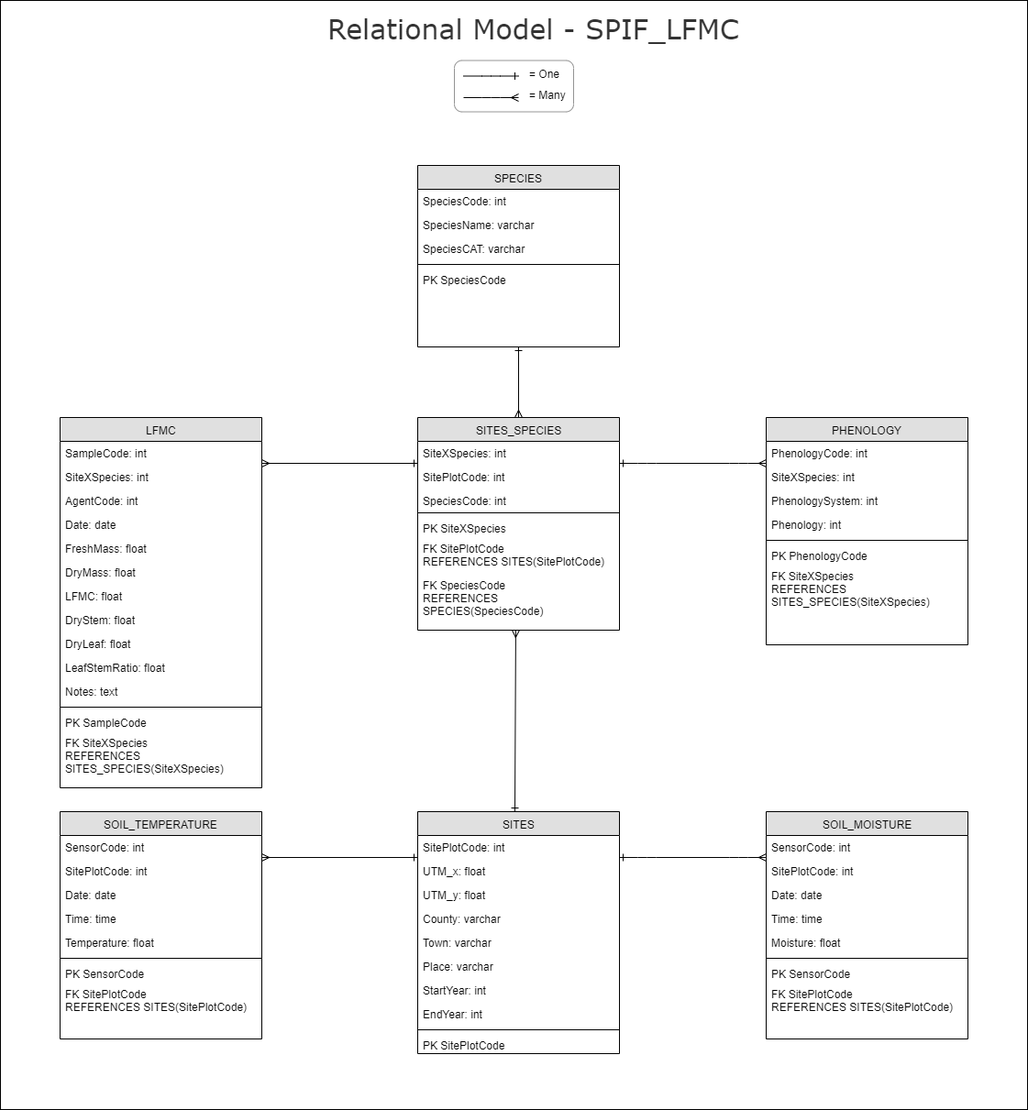
The draw.io diagram vignettes/SPIF_LogicalSchema.png in spif-ctfc/LFMC, before a commit. Source tidied: cells renumbered, new cells last; positions are measured from the earlier drawing's top-left corner, leaving out a move shared by most shapes.
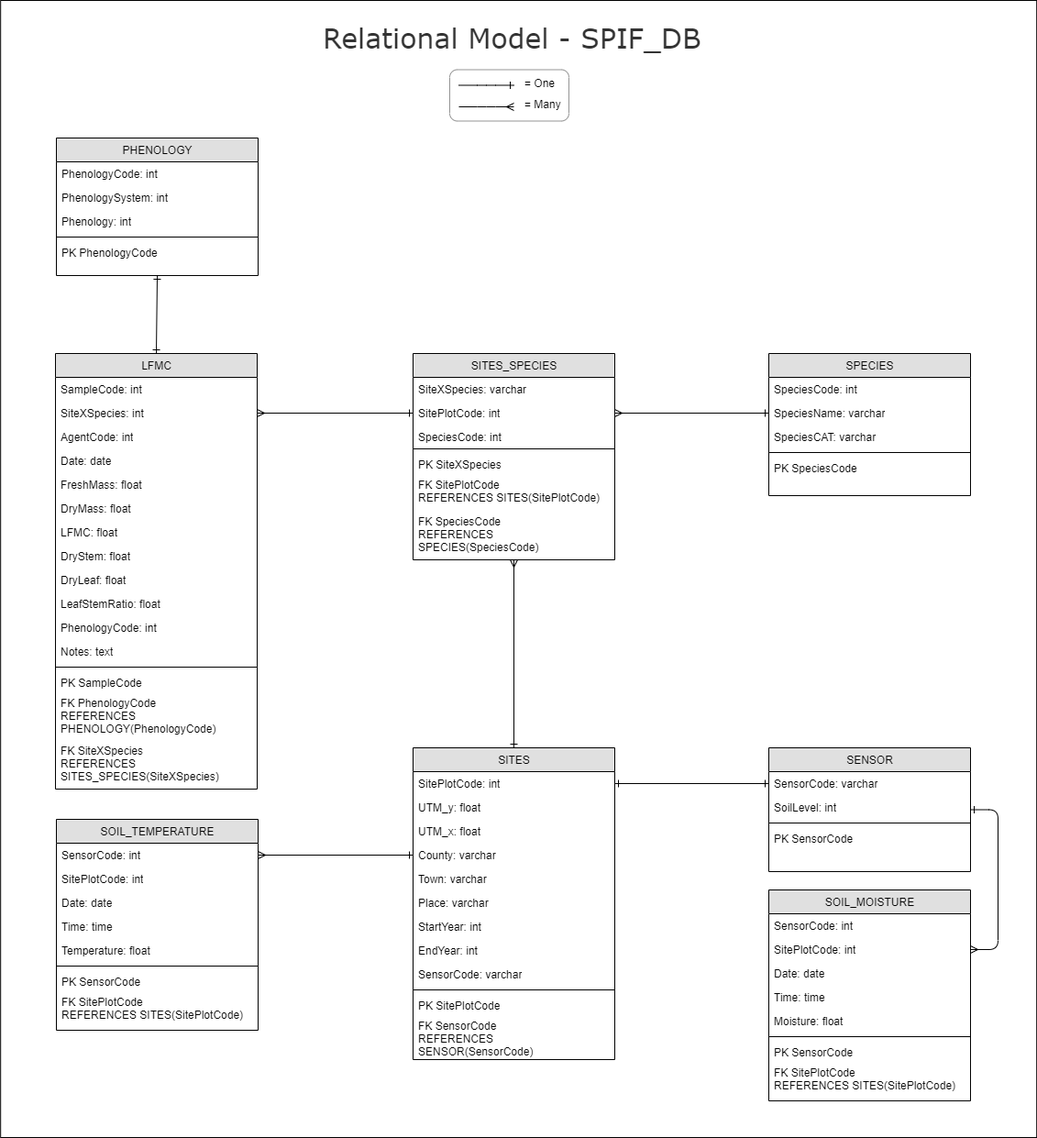
The same file after the commit.

Commit message:
Logical Schema with corrections

What changed in the source:
```diff
@@ -4,7 +4,7 @@
     <mxCell id="1" parent="0" />
-    <mxCell id="2" value="&lt;div style=&quot;text-align: center&quot;&gt;&lt;font&gt;&lt;font style=&quot;font-size: 30px&quot; face=&quot;Verdana&quot; color=&quot;#333333&quot;&gt;Relational Model - SPIF_LFMC&lt;/font&gt;&lt;br&gt;&lt;/font&gt;&lt;/div&gt;" style="text;html=1;align=left;verticalAlign=top;spacingTop=-4;" parent="1" vertex="1">
-      <mxGeometry x="355.2" y="10" width="460" height="20" as="geometry" />
+    <mxCell id="2" value="&lt;div style=&quot;text-align: center&quot;&gt;&lt;font&gt;&lt;font style=&quot;font-size: 30px&quot; face=&quot;Verdana&quot; color=&quot;#333333&quot;&gt;Relational Model - SPIF_DB&lt;/font&gt;&lt;br&gt;&lt;/font&gt;&lt;/div&gt;" style="text;html=1;align=left;verticalAlign=top;spacingTop=-4;" parent="1" vertex="1">
+      <mxGeometry x="355.2" y="10" width="430" height="20" as="geometry" />
     </mxCell>
     <mxCell id="3" value="SITES" style="swimlane;html=1;fontStyle=0;horizontal=1;startSize=26;fillColor=#e0e0e0;swimlaneFillColor=#ffffff;align=center;" parent="1" vertex="1">
-      <mxGeometry x="455" y="885" width="220" height="264" as="geometry" />
+      <mxGeometry x="455" y="805" width="220" height="340" as="geometry" />
     </mxCell>
@@ -13,8 +13,8 @@
     </mxCell>
+    <mxCell id="6" value="UTM_y: float" style="text;html=1;strokeColor=none;fillColor=none;align=left;verticalAlign=top;spacingLeft=4;spacingRight=4;whiteSpace=wrap;overflow=hidden;" parent="3" vertex="1">
+      <mxGeometry y="52" width="220" height="26" as="geometry" />
+    </mxCell>
     <mxCell id="5" value="UTM_x: float" style="text;html=1;strokeColor=none;fillColor=none;align=left;verticalAlign=top;spacingLeft=4;spacingRight=4;whiteSpace=wrap;overflow=hidden;" parent="3" vertex="1">
-      <mxGeometry y="52" width="220" height="26" as="geometry" />
+      <mxGeometry y="78" width="220" height="26" as="geometry" />
     </mxCell>
-    <mxCell id="6" value="UTM_y: float" style="text;html=1;strokeColor=none;fillColor=none;align=left;verticalAlign=top;spacingLeft=4;spacingRight=4;whiteSpace=wrap;overflow=hidden;" parent="3" vertex="1">
-      <mxGeometry y="78" width="220" height="26" as="geometry" />
-    </mxCell>
     <mxCell id="7" value="County: varchar" style="text;html=1;strokeColor=none;fillColor=none;align=left;verticalAlign=top;spacingLeft=4;spacingRight=4;whiteSpace=wrap;overflow=hidden;points=[[0,0.5],[1,0.5]];portConstraint=eastwest;" parent="3" vertex="1">
@@ -34,10 +34,16 @@
     </mxCell>
+    <mxCell id="81" value="SensorCode: varchar" style="text;html=1;strokeColor=none;fillColor=none;align=left;verticalAlign=top;spacingLeft=4;spacingRight=4;whiteSpace=wrap;overflow=hidden;" parent="3" vertex="1">
+      <mxGeometry y="234" width="220" height="26" as="geometry" />
+    </mxCell>
     <mxCell id="12" style="line;html=1;strokeWidth=1;fillColor=none;align=left;verticalAlign=middle;spacingTop=-1;spacingLeft=3;spacingRight=3;labelPosition=right;" parent="3" vertex="1">
-      <mxGeometry y="234" width="220" height="8" as="geometry" />
+      <mxGeometry y="260" width="220" height="8" as="geometry" />
     </mxCell>
     <mxCell id="13" value="PK SitePlotCode" style="text;html=1;strokeColor=none;fillColor=none;spacingLeft=4;spacingRight=4;whiteSpace=wrap;overflow=hidden;" parent="3" vertex="1">
-      <mxGeometry y="242" width="220" height="22" as="geometry" />
+      <mxGeometry y="268" width="220" height="22" as="geometry" />
     </mxCell>
+    <mxCell id="82" value="FK SensorCode&lt;br&gt;REFERENCES SENSOR(SensorCode)" style="text;html=1;strokeColor=none;fillColor=none;spacingLeft=4;spacingRight=4;whiteSpace=wrap;overflow=hidden;" parent="3" vertex="1">
+      <mxGeometry y="290" width="220" height="50" as="geometry" />
+    </mxCell>
     <mxCell id="14" value="SOIL_MOISTURE" style="swimlane;html=1;fontStyle=0;horizontal=1;startSize=26;fillColor=#e0e0e0;swimlaneFillColor=#ffffff;align=center;" parent="1" vertex="1">
-      <mxGeometry x="835" y="885" width="220" height="248" as="geometry" />
+      <mxGeometry x="843" y="960" width="220" height="230" as="geometry" />
     </mxCell>
@@ -65,18 +71,9 @@
     <mxCell id="22" value="FK SitePlotCode&lt;br&gt;REFERENCES SITES(SitePlotCode)" style="text;html=1;strokeColor=none;fillColor=none;spacingLeft=4;spacingRight=4;whiteSpace=wrap;overflow=hidden;" parent="14" vertex="1">
-      <mxGeometry y="186" width="220" height="62" as="geometry" />
+      <mxGeometry y="186" width="220" height="44" as="geometry" />
     </mxCell>
-    <mxCell id="23" style="edgeStyle=entityRelationEdgeStyle;html=1;endArrow=ERmany;startArrow=ERone;startFill=0;endFill=0;" parent="1" edge="1">
-      <mxGeometry relative="1" as="geometry">
-        <mxPoint x="675" y="935" as="sourcePoint" />
-        <mxPoint x="835" y="935" as="targetPoint" />
-      </mxGeometry>
-    </mxCell>
-    <mxCell id="24" style="html=1;endArrow=ERmany;startArrow=ERone;startFill=0;endFill=0;" parent="1" edge="1">
-      <mxGeometry relative="1" as="geometry">
-        <mxPoint x="455" y="935" as="sourcePoint" />
-        <mxPoint x="285" y="935" as="targetPoint" />
-      </mxGeometry>
+    <mxCell id="24" style="html=1;endArrow=ERmany;startArrow=ERone;startFill=0;endFill=0;exitX=0;exitY=0.5;exitDx=0;exitDy=0;entryX=1;entryY=0.5;entryDx=0;entryDy=0;" parent="1" edge="1" source="7" target="26">
+      <mxGeometry relative="1" as="geometry" />
     </mxCell>
     <mxCell id="25" value="SOIL_TEMPERATURE" style="swimlane;html=1;fontStyle=0;horizontal=1;startSize=26;fillColor=#e0e0e0;swimlaneFillColor=#ffffff;align=center;" parent="1" vertex="1">
-      <mxGeometry x="65" y="885" width="220" height="248" as="geometry" />
+      <mxGeometry x="66" y="883" width="220" height="230" as="geometry" />
     </mxCell>
@@ -104,6 +101,6 @@
     <mxCell id="33" value="FK SitePlotCode&lt;br&gt;REFERENCES SITES(SitePlotCode)" style="text;html=1;strokeColor=none;fillColor=none;spacingLeft=4;spacingRight=4;whiteSpace=wrap;overflow=hidden;" parent="25" vertex="1">
-      <mxGeometry y="186" width="220" height="62" as="geometry" />
+      <mxGeometry y="186" width="220" height="44" as="geometry" />
     </mxCell>
     <mxCell id="34" value="SPECIES" style="swimlane;html=1;fontStyle=0;horizontal=1;startSize=26;fillColor=#e0e0e0;swimlaneFillColor=#ffffff;align=center;" parent="1" vertex="1">
-      <mxGeometry x="455" y="180" width="220" height="198" as="geometry" />
+      <mxGeometry x="843" y="375" width="220" height="155" as="geometry" />
     </mxCell>
@@ -125,5 +122,5 @@
     <mxCell id="40" value="SITES_SPECIES" style="swimlane;html=1;fontStyle=0;horizontal=1;startSize=26;fillColor=#e0e0e0;swimlaneFillColor=#ffffff;align=center;" parent="1" vertex="1">
-      <mxGeometry x="455" y="455" width="220" height="232" as="geometry" />
+      <mxGeometry x="455" y="375" width="220" height="225" as="geometry" />
     </mxCell>
-    <mxCell id="41" value="SiteXSpecies: int" style="text;html=1;strokeColor=none;fillColor=none;align=left;verticalAlign=top;spacingLeft=4;spacingRight=4;whiteSpace=wrap;overflow=hidden;" parent="40" vertex="1">
+    <mxCell id="41" value="SiteXSpecies: varchar" style="text;html=1;strokeColor=none;fillColor=none;align=left;verticalAlign=top;spacingLeft=4;spacingRight=4;whiteSpace=wrap;overflow=hidden;" parent="40" vertex="1">
       <mxGeometry y="26" width="220" height="26" as="geometry" />
@@ -146,52 +143,15 @@
     <mxCell id="47" value="FK SpeciesCode&lt;br&gt;REFERENCES SPECIES(SpeciesCode)" style="text;html=1;strokeColor=none;fillColor=none;spacingLeft=4;spacingRight=4;whiteSpace=wrap;overflow=hidden;points=[[0,0.5],[1,0.5]];portConstraint=eastwest;" parent="40" vertex="1">
-      <mxGeometry y="170" width="220" height="62" as="geometry" />
+      <mxGeometry y="170" width="220" height="50" as="geometry" />
     </mxCell>
-    <mxCell id="48" style="html=1;endArrow=ERmany;startArrow=ERone;exitX=0.5;exitY=1;exitDx=0;exitDy=0;startFill=0;endFill=0;" parent="1" edge="1" source="34">
-      <mxGeometry relative="1" as="geometry">
-        <mxPoint x="565" y="455" as="targetPoint" />
-      </mxGeometry>
+    <mxCell id="48" style="html=1;endArrow=ERmany;startArrow=ERone;exitX=0;exitY=0.5;exitDx=0;exitDy=0;startFill=0;endFill=0;entryX=1;entryY=0.5;entryDx=0;entryDy=0;" parent="1" edge="1" source="36" target="42">
+      <mxGeometry relative="1" as="geometry" />
     </mxCell>
-    <mxCell id="49" style="html=1;endArrow=ERmany;startArrow=ERone;endFill=0;startFill=0;entryX=0.486;entryY=1;entryDx=0;entryDy=0;entryPerimeter=0;" parent="1" edge="1" target="47">
-      <mxGeometry relative="1" as="geometry">
-        <mxPoint x="561" y="885" as="sourcePoint" />
-      </mxGeometry>
+    <mxCell id="49" style="html=1;endArrow=ERmany;startArrow=ERone;endFill=0;startFill=0;entryX=0.5;entryY=1;entryDx=0;entryDy=0;exitX=0.5;exitY=0;exitDx=0;exitDy=0;" parent="1" edge="1" source="3" target="40">
+      <mxGeometry relative="1" as="geometry" />
     </mxCell>
-    <mxCell id="50" value="PHENOLOGY" style="swimlane;html=1;fontStyle=0;horizontal=1;startSize=26;fillColor=#e0e0e0;swimlaneFillColor=#ffffff;align=center;" parent="1" vertex="1">
-      <mxGeometry x="835" y="455" width="220" height="248" as="geometry" />
-    </mxCell>
-    <mxCell id="51" value="PhenologyCode: int" style="text;html=1;strokeColor=none;fillColor=none;align=left;verticalAlign=top;spacingLeft=4;spacingRight=4;whiteSpace=wrap;overflow=hidden;" parent="50" vertex="1">
-      <mxGeometry y="26" width="220" height="26" as="geometry" />
-    </mxCell>
-    <mxCell id="52" value="SiteXSpecies: int" style="text;html=1;strokeColor=none;fillColor=none;align=left;verticalAlign=top;spacingLeft=4;spacingRight=4;whiteSpace=wrap;overflow=hidden;" parent="50" vertex="1">
-      <mxGeometry y="52" width="220" height="26" as="geometry" />
-    </mxCell>
-    <mxCell id="53" value="PhenologySystem: int" style="text;html=1;strokeColor=none;fillColor=none;align=left;verticalAlign=top;spacingLeft=4;spacingRight=4;whiteSpace=wrap;overflow=hidden;" parent="50" vertex="1">
-      <mxGeometry y="78" width="220" height="26" as="geometry" />
-    </mxCell>
-    <mxCell id="54" value="Phenology: int" style="text;html=1;strokeColor=none;fillColor=none;align=left;verticalAlign=top;spacingLeft=4;spacingRight=4;whiteSpace=wrap;overflow=hidden;" parent="50" vertex="1">
-      <mxGeometry y="104" width="220" height="26" as="geometry" />
-    </mxCell>
-    <mxCell id="55" style="line;html=1;strokeWidth=1;fillColor=none;align=left;verticalAlign=middle;spacingTop=-1;spacingLeft=3;spacingRight=3;labelPosition=right;" parent="50" vertex="1">
-      <mxGeometry y="130" width="220" height="8" as="geometry" />
-    </mxCell>
-    <mxCell id="56" value="PK PhenologyCode" style="text;html=1;strokeColor=none;fillColor=none;spacingLeft=4;spacingRight=4;whiteSpace=wrap;overflow=hidden;" parent="50" vertex="1">
-      <mxGeometry y="138" width="220" height="22" as="geometry" />
-    </mxCell>
-    <mxCell id="57" value="FK SiteXSpecies&lt;br&gt;REFERENCES SITES_SPECIES(SiteXSpecies)" style="text;html=1;strokeColor=none;fillColor=none;spacingLeft=4;spacingRight=4;whiteSpace=wrap;overflow=hidden;" parent="50" vertex="1">
-      <mxGeometry y="160" width="220" height="62" as="geometry" />
-    </mxCell>
-    <mxCell id="58" style="edgeStyle=entityRelationEdgeStyle;html=1;endArrow=ERmany;startArrow=ERone;startFill=0;endFill=0;" parent="1" edge="1">
-      <mxGeometry relative="1" as="geometry">
-        <mxPoint x="675" y="505" as="sourcePoint" />
-        <mxPoint x="835" y="505" as="targetPoint" />
-      </mxGeometry>
-    </mxCell>
-    <mxCell id="59" style="html=1;endArrow=ERmany;startArrow=ERone;startFill=0;endFill=0;" parent="1" edge="1">
-      <mxGeometry relative="1" as="geometry">
-        <mxPoint x="455" y="505" as="sourcePoint" />
-        <mxPoint x="285" y="505" as="targetPoint" />
-      </mxGeometry>
+    <mxCell id="59" style="html=1;endArrow=ERmany;startArrow=ERone;startFill=0;endFill=0;exitX=0;exitY=0.5;exitDx=0;exitDy=0;entryX=1;entryY=0.5;entryDx=0;entryDy=0;" parent="1" edge="1" source="42" target="62">
+      <mxGeometry relative="1" as="geometry" />
     </mxCell>
     <mxCell id="60" value="LFMC" style="swimlane;html=1;fontStyle=0;horizontal=1;startSize=26;fillColor=#e0e0e0;swimlaneFillColor=#ffffff;align=center;" parent="1" vertex="1">
-      <mxGeometry x="65" y="455" width="220" height="404" as="geometry" />
+      <mxGeometry x="65" y="375" width="220" height="475" as="geometry" />
     </mxCell>
@@ -227,13 +187,19 @@
     </mxCell>
+    <mxCell id="83" value="PhenologyCode: int" style="text;html=1;strokeColor=none;fillColor=none;align=left;verticalAlign=top;spacingLeft=4;spacingRight=4;whiteSpace=wrap;overflow=hidden;" parent="60" vertex="1">
+      <mxGeometry y="286" width="220" height="26" as="geometry" />
+    </mxCell>
     <mxCell id="71" value="Notes: text" style="text;html=1;strokeColor=none;fillColor=none;align=left;verticalAlign=top;spacingLeft=4;spacingRight=4;whiteSpace=wrap;overflow=hidden;" parent="60" vertex="1">
-      <mxGeometry y="286" width="220" height="26" as="geometry" />
+      <mxGeometry y="312" width="220" height="26" as="geometry" />
     </mxCell>
     <mxCell id="72" style="line;html=1;strokeWidth=1;fillColor=none;align=left;verticalAlign=middle;spacingTop=-1;spacingLeft=3;spacingRight=3;labelPosition=right;" parent="60" vertex="1">
-      <mxGeometry y="312" width="220" height="8" as="geometry" />
+      <mxGeometry y="338" width="220" height="8" as="geometry" />
     </mxCell>
     <mxCell id="73" value="PK SampleCode" style="text;html=1;strokeColor=none;fillColor=none;spacingLeft=4;spacingRight=4;whiteSpace=wrap;overflow=hidden;" parent="60" vertex="1">
-      <mxGeometry y="320" width="220" height="22" as="geometry" />
+      <mxGeometry y="346" width="220" height="22" as="geometry" />
     </mxCell>
+    <mxCell id="84" value="FK PhenologyCode&lt;br&gt;REFERENCES PHENOLOGY(PhenologyCode)" style="text;html=1;strokeColor=none;fillColor=none;spacingLeft=4;spacingRight=4;whiteSpace=wrap;overflow=hidden;" parent="60" vertex="1">
+      <mxGeometry y="368" width="220" height="52" as="geometry" />
+    </mxCell>
     <mxCell id="74" value="FK SiteXSpecies&lt;br&gt;REFERENCES SITES_SPECIES(SiteXSpecies)" style="text;html=1;strokeColor=none;fillColor=none;spacingLeft=4;spacingRight=4;whiteSpace=wrap;overflow=hidden;" parent="60" vertex="1">
-      <mxGeometry y="342" width="220" height="62" as="geometry" />
+      <mxGeometry y="420" width="220" height="50" as="geometry" />
     </mxCell>
@@ -261,4 +227,46 @@
     <mxCell id="80" style="rounded=0;whiteSpace=wrap;html=1;fillColor=none;" parent="1" vertex="1">
-      <mxGeometry width="1120" height="1210" as="geometry" />
+      <mxGeometry x="5.2" y="-10" width="1130" height="1240" as="geometry" />
     </mxCell>
+    <mxCell id="85" style="html=1;endArrow=ERone;startArrow=ERone;startFill=0;endFill=0;entryX=0.5;entryY=0;entryDx=0;entryDy=0;exitX=0.5;exitY=1;exitDx=0;exitDy=0;" parent="1" edge="1" source="50" target="60">
+      <mxGeometry relative="1" as="geometry" />
+    </mxCell>
+    <mxCell id="86" style="html=1;endArrow=ERone;startArrow=ERone;startFill=0;endFill=0;exitX=1;exitY=0.5;exitDx=0;exitDy=0;entryX=0;entryY=0.5;entryDx=0;entryDy=0;" parent="1" edge="1" source="4" target="88">
+      <mxGeometry relative="1" as="geometry" />
+    </mxCell>
+    <mxCell id="87" value="SENSOR" style="swimlane;html=1;fontStyle=0;horizontal=1;startSize=26;fillColor=#e0e0e0;swimlaneFillColor=#ffffff;align=center;" parent="1" vertex="1">
+      <mxGeometry x="843" y="805" width="220" height="135" as="geometry" />
+    </mxCell>
+    <mxCell id="88" value="SensorCode: varchar" style="text;html=1;strokeColor=none;fillColor=none;align=left;verticalAlign=top;spacingLeft=4;spacingRight=4;whiteSpace=wrap;overflow=hidden;points=[[0,0.5],[1,0.5]];portConstraint=eastwest;" parent="87" vertex="1">
+      <mxGeometry y="26" width="220" height="26" as="geometry" />
+    </mxCell>
+    <mxCell id="89" value="SoilLevel: int" style="text;html=1;strokeColor=none;fillColor=none;align=left;verticalAlign=top;spacingLeft=4;spacingRight=4;whiteSpace=wrap;overflow=hidden;" parent="87" vertex="1">
+      <mxGeometry y="52" width="220" height="26" as="geometry" />
+    </mxCell>
+    <mxCell id="90" style="line;html=1;strokeWidth=1;fillColor=none;align=left;verticalAlign=middle;spacingTop=-1;spacingLeft=3;spacingRight=3;labelPosition=right;" parent="87" vertex="1">
+      <mxGeometry y="78" width="220" height="8" as="geometry" />
+    </mxCell>
+    <mxCell id="91" value="PK SensorCode" style="text;html=1;strokeColor=none;fillColor=none;spacingLeft=4;spacingRight=4;whiteSpace=wrap;overflow=hidden;" parent="87" vertex="1">
+      <mxGeometry y="86" width="220" height="22" as="geometry" />
+    </mxCell>
+    <mxCell id="92" style="edgeStyle=entityRelationEdgeStyle;html=1;endArrow=ERmany;startArrow=ERone;startFill=0;endFill=0;" parent="1" edge="1" source="87" target="16">
+      <mxGeometry relative="1" as="geometry" />
+    </mxCell>
+    <mxCell id="50" value="PHENOLOGY" style="swimlane;html=1;fontStyle=0;horizontal=1;startSize=26;fillColor=#e0e0e0;swimlaneFillColor=#ffffff;align=center;" parent="1" vertex="1">
+      <mxGeometry x="66" y="140" width="220" height="150" as="geometry" />
+    </mxCell>
+    <mxCell id="51" value="PhenologyCode: int" style="text;html=1;strokeColor=none;fillColor=none;align=left;verticalAlign=top;spacingLeft=4;spacingRight=4;whiteSpace=wrap;overflow=hidden;" parent="50" vertex="1">
+      <mxGeometry y="26" width="220" height="26" as="geometry" />
+    </mxCell>
+    <mxCell id="53" value="PhenologySystem: int" style="text;html=1;strokeColor=none;fillColor=none;align=left;verticalAlign=top;spacingLeft=4;spacingRight=4;whiteSpace=wrap;overflow=hidden;" parent="50" vertex="1">
+      <mxGeometry y="52" width="220" height="26" as="geometry" />
+    </mxCell>
+    <mxCell id="54" value="Phenology: int" style="text;html=1;strokeColor=none;fillColor=none;align=left;verticalAlign=top;spacingLeft=4;spacingRight=4;whiteSpace=wrap;overflow=hidden;" parent="50" vertex="1">
+      <mxGeometry y="78" width="220" height="26" as="geometry" />
+    </mxCell>
+    <mxCell id="93" style="line;html=1;strokeWidth=1;fillColor=none;align=left;verticalAlign=middle;spacingTop=-1;spacingLeft=3;spacingRight=3;labelPosition=right;" parent="50" vertex="1">
+      <mxGeometry y="104" width="220" height="8" as="geometry" />
+    </mxCell>
+    <mxCell id="56" value="PK PhenologyCode" style="text;html=1;strokeColor=none;fillColor=none;spacingLeft=4;spacingRight=4;whiteSpace=wrap;overflow=hidden;" parent="50" vertex="1">
+      <mxGeometry y="112" width="220" height="22" as="geometry" />
+    </mxCell>
   </root>
```
